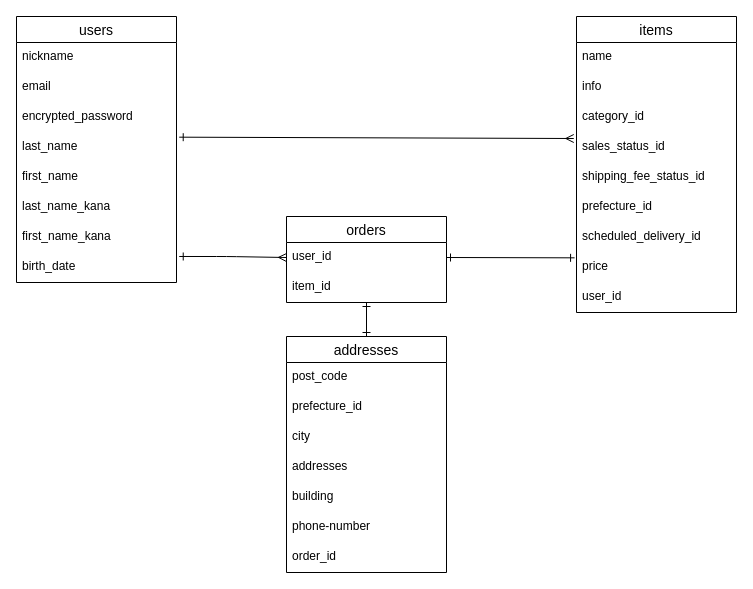
Earlier version of the draw.io diagram test.dio (yurikomura/furima-39644). Source tidied: cells renumbered, new cells numbered last; positions are measured from the earlier drawing's top-left corner, leaving out a move shared by most shapes. Both pictures are drawn from the tidied source at 100%, with x=0, y=0 at pixel (16, 16).
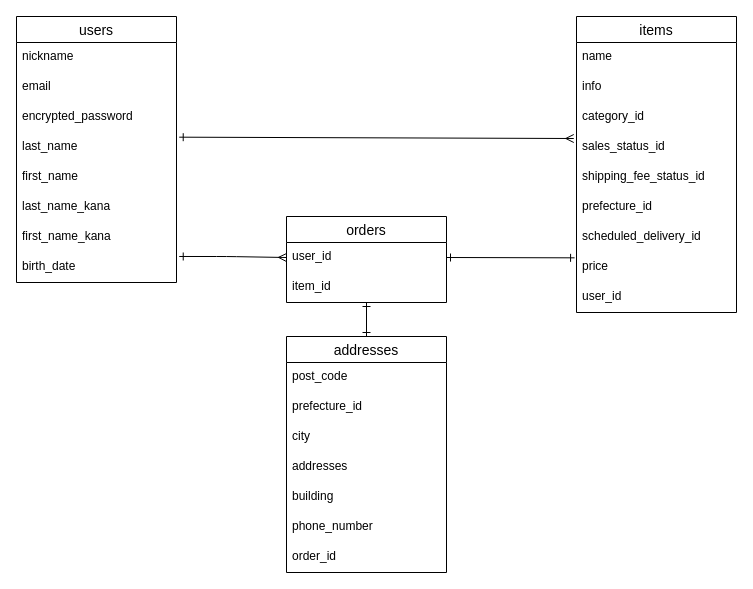
The same diagram, later.

Unchanged cells that the change refers to:
```xml
<mxCell id="27" value="addresses" style="swimlane;fontStyle=0;horizontal=1;startSize=26;align=center;fontSize=14;" parent="1" vertex="1">
  <mxGeometry x="270" y="320" width="160" height="236" as="geometry" />
</mxCell>
```

Change to the diagram source:
```diff
@@
-    <mxCell id="33" value="phone-number" style="text;strokeColor=none;fillColor=none;spacingLeft=4;spacingRight=4;overflow=hidden;fontSize=12;" parent="27" vertex="1">
+    <mxCell id="33" value="phone_number" style="text;strokeColor=none;fillColor=none;spacingLeft=4;spacingRight=4;overflow=hidden;fontSize=12;" parent="27" vertex="1">
       <mxGeometry y="176" width="160" height="30" as="geometry" />
     </mxCell>
```
